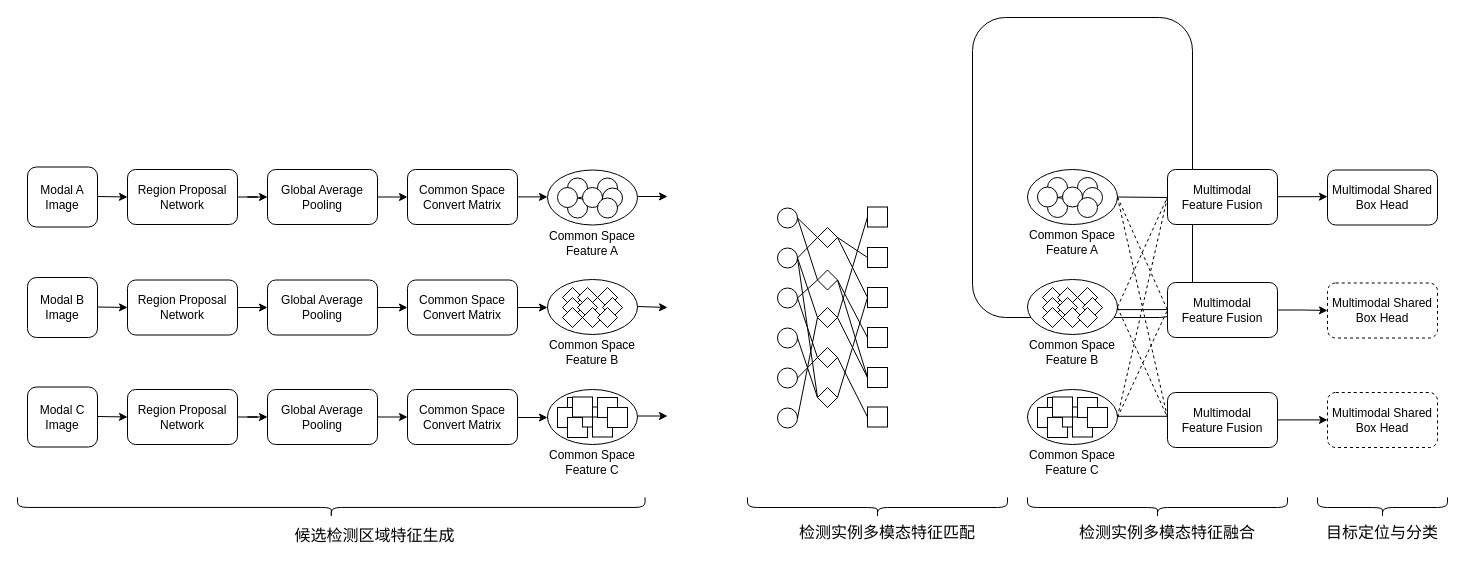
Earlier version of the draw.io diagram 多视角多模态目标检测3模态案例.drawio (thb1314/for_draw_io). Source tidied: cells renumbered, new cells numbered last; positions are measured from the earlier drawing's top-left corner, leaving out a move shared by most shapes. Both pictures are drawn from the tidied source at 100%, with x=0, y=0 at pixel (27, 17).
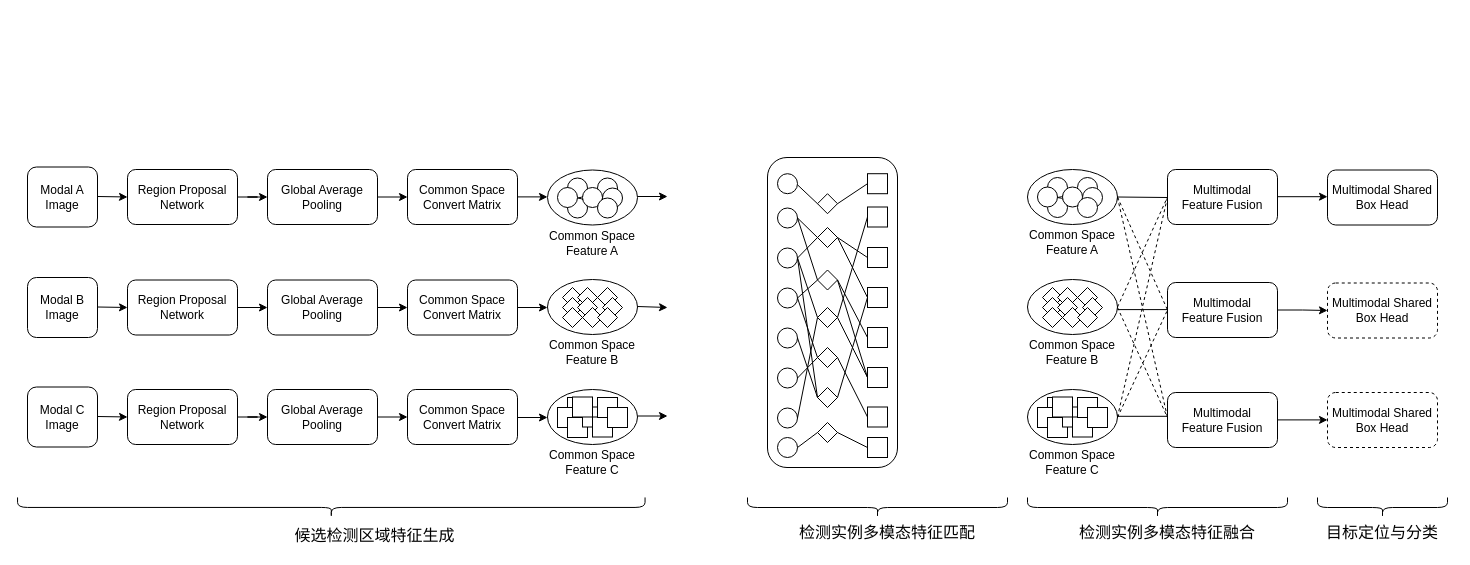
Above is the later version.

Commit message (it also covers changes not shown here):
更新多视角多模态目标检测3模态案例.drawio

The edit, as a diff of the source:
```diff
@@
     <mxCell id="2" style="rounded=1;whiteSpace=wrap;html=1;fillColor=none;" parent="1" vertex="1">
-      <mxGeometry x="945" width="220" height="300" as="geometry" />
+      <mxGeometry x="740" y="140" width="130" height="310" as="geometry" />
     </mxCell>
@@
+    <mxCell id="151" style="rhombus;whiteSpace=wrap;html=1;" parent="1" vertex="1">
+      <mxGeometry x="790" y="176.2" width="20" height="20" as="geometry" />
+    </mxCell>
+    <mxCell id="152" style="rhombus;whiteSpace=wrap;html=1;" parent="1" vertex="1">
+      <mxGeometry x="790" y="405" width="20" height="20" as="geometry" />
+    </mxCell>
+    <mxCell id="153" style="ellipse;whiteSpace=wrap;html=1;" parent="1" vertex="1">
+      <mxGeometry x="750" y="156.2" width="20" height="20" as="geometry" />
+    </mxCell>
+    <mxCell id="154" style="whiteSpace=wrap;html=1;" parent="1" vertex="1">
+      <mxGeometry x="840" y="156.2" width="20" height="20" as="geometry" />
+    </mxCell>
+    <mxCell id="155" style="ellipse;whiteSpace=wrap;html=1;" parent="1" vertex="1">
+      <mxGeometry x="750" y="420" width="20" height="20" as="geometry" />
+    </mxCell>
+    <mxCell id="156" style="whiteSpace=wrap;html=1;" parent="1" vertex="1">
+      <mxGeometry x="840" y="420" width="20" height="20" as="geometry" />
+    </mxCell>
+    <mxCell id="157" style="endArrow=none;html=1;rounded=0;exitX=1;exitY=0.5;exitDx=0;exitDy=0;entryX=0;entryY=0.5;entryDx=0;entryDy=0;" parent="1" edge="1" source="155" target="152">
+      <mxGeometry relative="1" as="geometry" />
+    </mxCell>
+    <mxCell id="158" style="endArrow=none;html=1;rounded=0;exitX=1;exitY=0.5;exitDx=0;exitDy=0;entryX=0;entryY=0.5;entryDx=0;entryDy=0;" parent="1" edge="1" source="152" target="156">
+      <mxGeometry relative="1" as="geometry" />
+    </mxCell>
+    <mxCell id="159" style="endArrow=none;html=1;rounded=0;exitX=1.017;exitY=0.572;exitDx=0;exitDy=0;entryX=0;entryY=0.5;entryDx=0;entryDy=0;exitPerimeter=0;" parent="1" edge="1" source="153" target="151">
+      <mxGeometry relative="1" as="geometry" />
+    </mxCell>
+    <mxCell id="160" style="endArrow=none;html=1;rounded=0;exitX=1;exitY=0.5;exitDx=0;exitDy=0;entryX=0;entryY=0.5;entryDx=0;entryDy=0;" parent="1" edge="1" source="151" target="154">
+      <mxGeometry relative="1" as="geometry" />
+    </mxCell>
```
